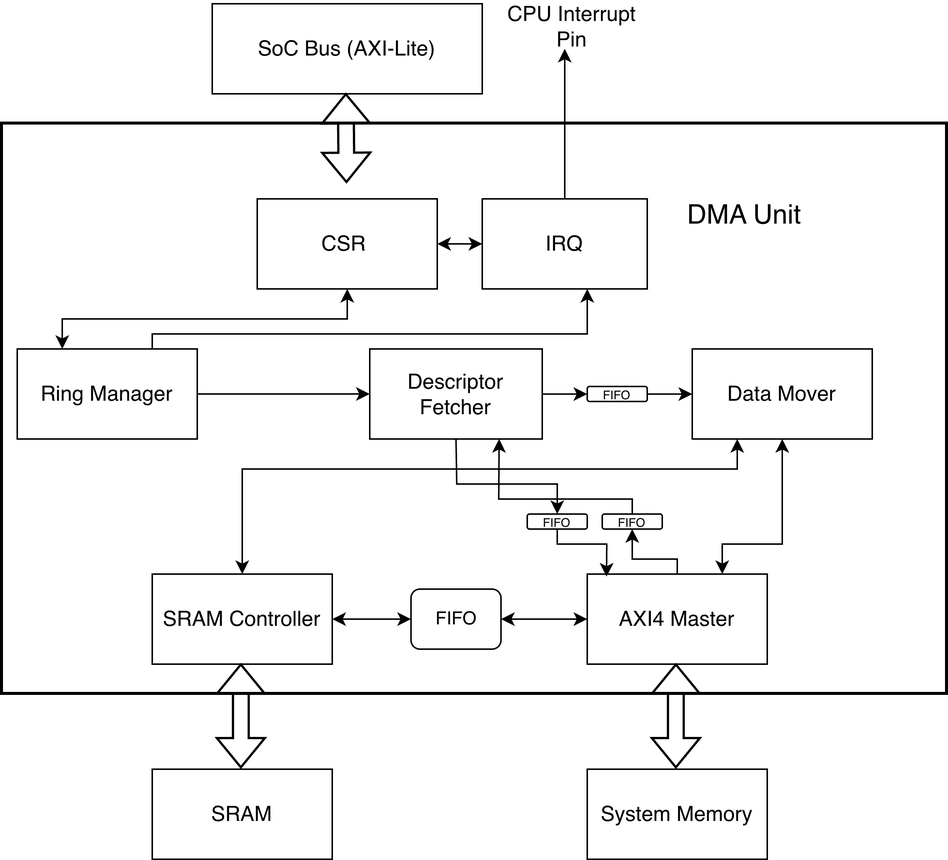
xuyizhou8129/axi-dma-engine keeps this draw.io diagram as pic/DMA.drawio.png. Above is the earlier version. Source tidied: cells renumbered, new cells last; positions are measured from the earlier drawing's top-left corner, leaving out a move shared by most shapes.
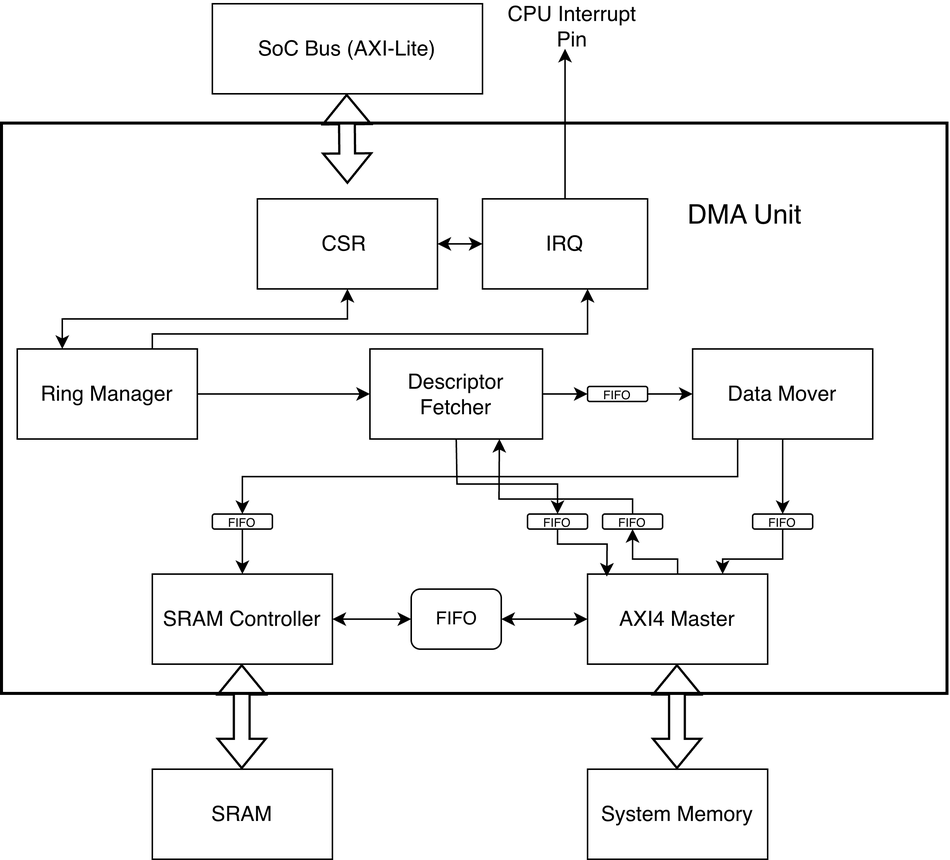
Later version of the same file.

Commit message:
updating architecture graph

Diff of the diagram source:
```diff
@@ -23,6 +23,12 @@
     <mxCell id="8" value="&lt;font style=&quot;font-size: 14px;&quot;&gt;Descriptor Fetcher&lt;/font&gt;" style="rounded=0;whiteSpace=wrap;html=1;" parent="1" vertex="1">
       <mxGeometry x="245" y="230" width="115" height="60" as="geometry" />
     </mxCell>
+    <mxCell id="37" style="edgeStyle=orthogonalEdgeStyle;rounded=0;jettySize=auto;html=1;exitX=0.25;exitY=1;exitDx=0;exitDy=0;entryX=0;entryY=0.5;entryDx=0;entryDy=0;" parent="1" edge="1" source="9" target="40">
+      <mxGeometry relative="1" as="geometry" />
+    </mxCell>
+    <mxCell id="38" style="edgeStyle=orthogonalEdgeStyle;rounded=0;jettySize=auto;html=1;" parent="1" edge="1" source="9" target="42">
+      <mxGeometry relative="1" as="geometry" />
+    </mxCell>
     <mxCell id="9" value="&lt;font style=&quot;font-size: 14px;&quot;&gt;Data Mover&lt;/font&gt;" style="rounded=0;whiteSpace=wrap;html=1;" parent="1" vertex="1">
       <mxGeometry x="460" y="230" width="120" height="60" as="geometry" />
     </mxCell>
@@ -50,22 +56,6 @@
     <mxCell id="15" value="&lt;font style=&quot;font-size: 14px;&quot;&gt;System Memory&lt;/font&gt;" style="rounded=0;whiteSpace=wrap;html=1;" parent="1" vertex="1">
       <mxGeometry x="390" y="510" width="120" height="60" as="geometry" />
     </mxCell>
-    <mxCell id="16" style="endArrow=classic;startArrow=classic;html=1;rounded=0;entryX=0.5;entryY=1;entryDx=0;entryDy=0;exitX=0.75;exitY=0;exitDx=0;exitDy=0;" parent="1" edge="1" source="11" target="9">
-      <mxGeometry relative="1" as="geometry">
-        <Array as="points">
-          <mxPoint x="480" y="360" />
-          <mxPoint x="520" y="360" />
-        </Array>
-      </mxGeometry>
-    </mxCell>
-    <mxCell id="17" style="endArrow=classic;startArrow=classic;html=1;rounded=0;entryX=0.25;entryY=1;entryDx=0;entryDy=0;exitX=0.5;exitY=0;exitDx=0;exitDy=0;" parent="1" edge="1" source="10" target="9">
-      <mxGeometry relative="1" as="geometry">
-        <Array as="points">
-          <mxPoint x="160" y="310" />
-          <mxPoint x="490" y="310" />
-        </Array>
-      </mxGeometry>
-    </mxCell>
     <mxCell id="18" style="shape=flexArrow;endArrow=classic;startArrow=classic;html=1;rounded=0;entryX=0.5;entryY=1;entryDx=0;entryDy=0;strokeWidth=1.5;" parent="1" edge="1">
       <mxGeometry relative="1" as="geometry">
         <mxPoint x="230" y="120" as="sourcePoint" />
@@ -160,5 +150,17 @@
         </Array>
       </mxGeometry>
     </mxCell>
+    <mxCell id="39" style="edgeStyle=orthogonalEdgeStyle;rounded=0;jettySize=auto;html=1;" parent="1" edge="1" source="40" target="10">
+      <mxGeometry relative="1" as="geometry" />
+    </mxCell>
+    <mxCell id="40" value="&lt;font style=&quot;font-size: 8px;&quot;&gt;FIFO&lt;/font&gt;" style="rounded=1;whiteSpace=wrap;html=1;direction=south;" parent="1" vertex="1">
+      <mxGeometry x="140" y="340" width="40" height="10" as="geometry" />
+    </mxCell>
+    <mxCell id="41" style="edgeStyle=orthogonalEdgeStyle;rounded=0;jettySize=auto;html=1;entryX=0.75;entryY=0;entryDx=0;entryDy=0;" parent="1" edge="1" source="42" target="11">
+      <mxGeometry relative="1" as="geometry" />
+    </mxCell>
+    <mxCell id="42" value="&lt;font style=&quot;font-size: 8px;&quot;&gt;FIFO&lt;/font&gt;" style="rounded=1;whiteSpace=wrap;html=1;direction=south;" parent="1" vertex="1">
+      <mxGeometry x="500" y="340" width="40" height="10" as="geometry" />
+    </mxCell>
   </root>
 </mxGraphModel>
```
